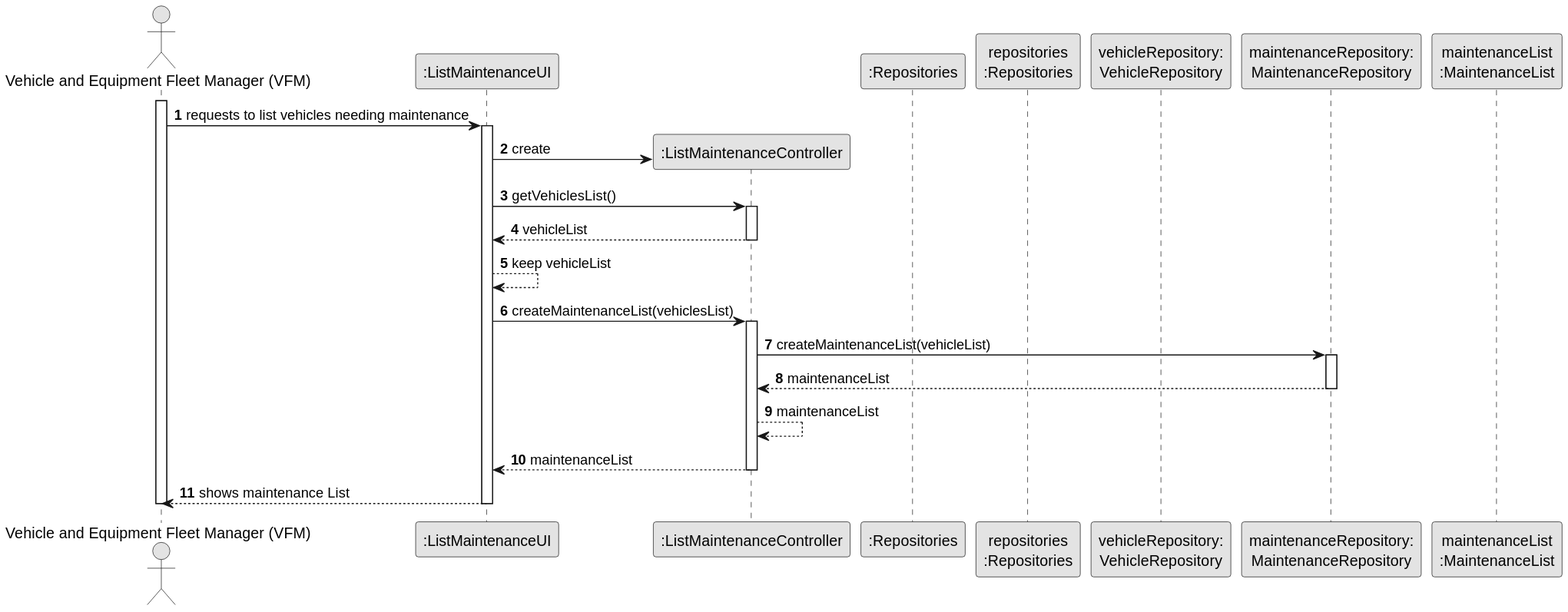
The PlantUML diagram docs/sprintB/us008/03.design/svg/us008-sequence-diagram-split.svg in RicardoMorim/lapr2-ISEP-Project, before a commit.
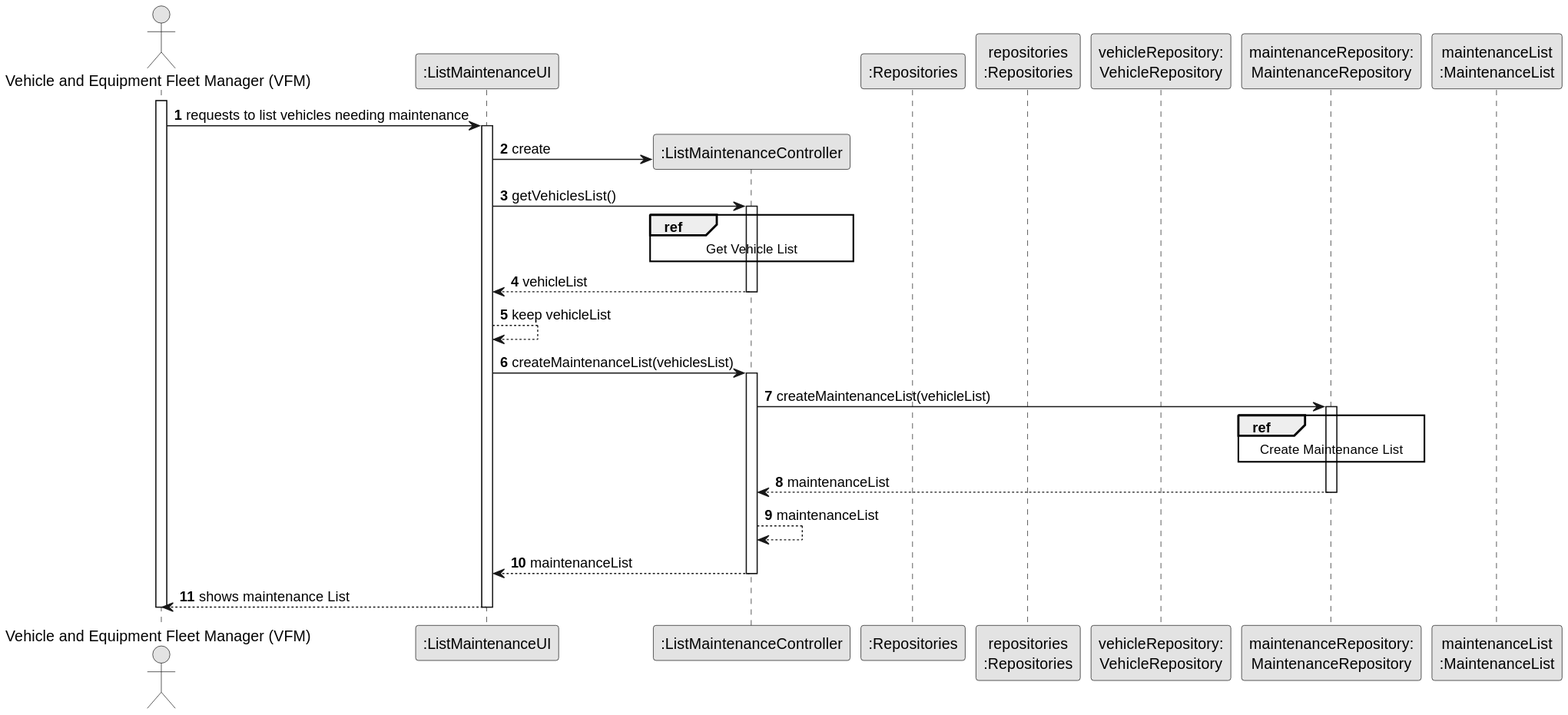
The same file after the commit.

The edit, as a diff of the source:
```diff
@@ -24,6 +24,10 @@
         UI -> CTRL : getVehiclesList()
         activate CTRL
 
+            ref over CTRL
+                Get Vehicle List
+            end ref
+
             CTRL --> UI : vehicleList
         deactivate CTRL
 
@@ -35,6 +39,9 @@
         CTRL -> MaintenanceRepository: createMaintenanceList(vehicleList)
         activate MaintenanceRepository
 
+            ref over MaintenanceRepository
+                Create Maintenance List
+            end ref
 
         MaintenanceRepository --> CTRL: maintenanceList
         deactivate MaintenanceRepository
```
